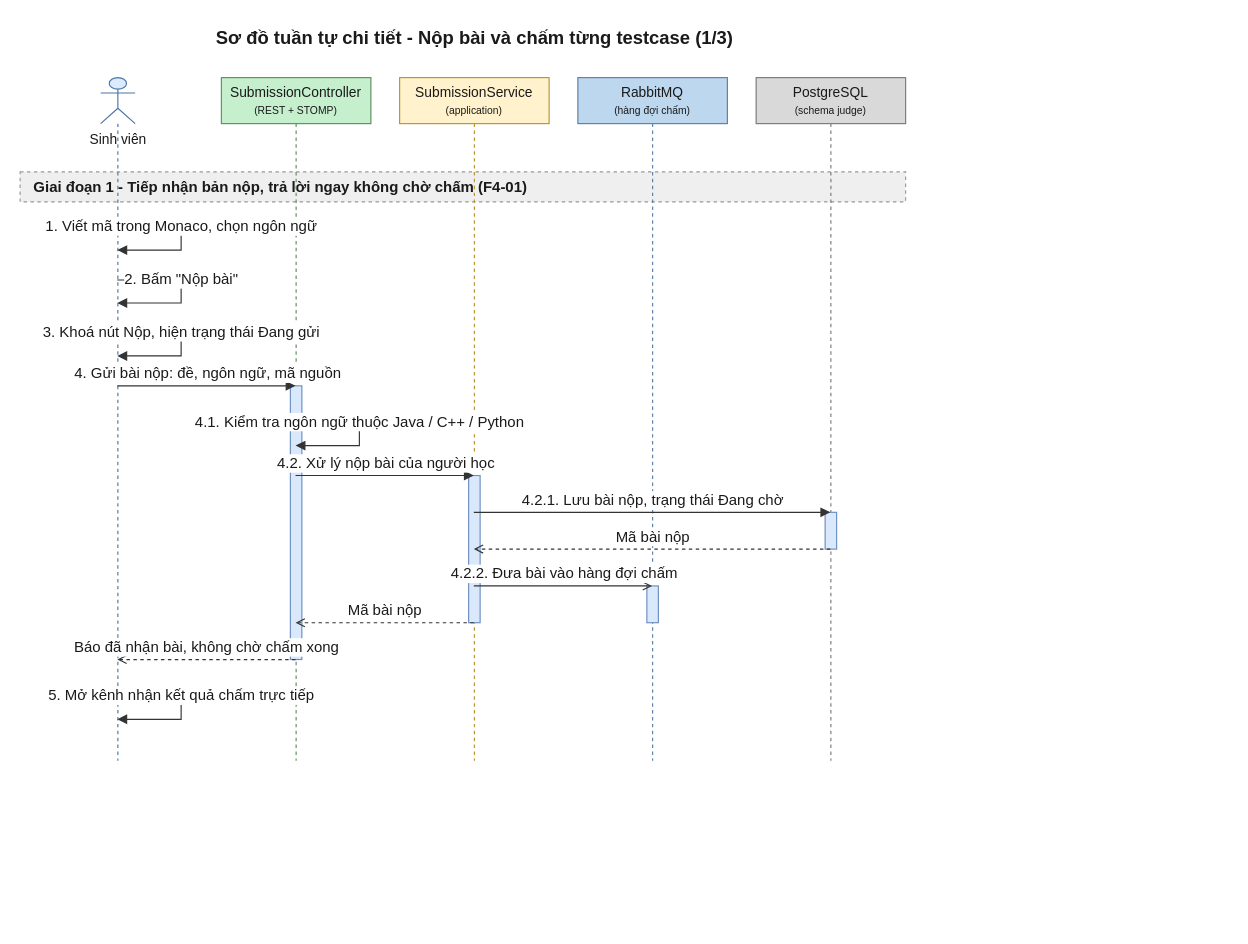
Above: 08-diagram/sequence/user/sequence_user_nop_bai_va_xem_ket_qua_realtime_p1.drawio in daiphu1801/PRJ_ALGOPREP (draw.io), before the change. Source tidied: cells renumbered, new cells numbered last; positions are measured from the earlier drawing's top-left corner, leaving out a move shared by most shapes. Both pictures are drawn from the tidied source at 115%, with x=0, y=0 at pixel (20, 20).
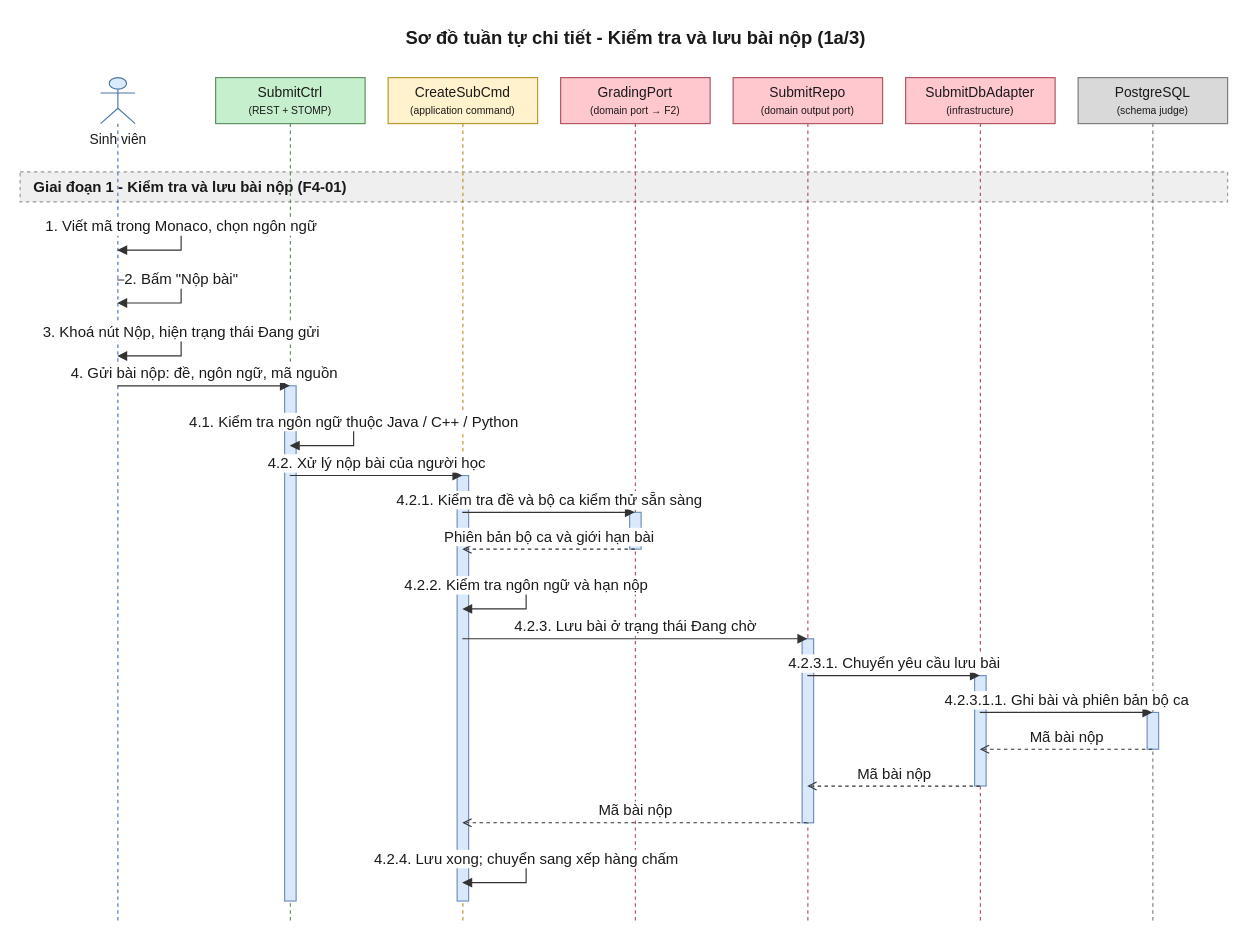
Above is the later version.

What changed in the source:
```diff
@@
-    <mxCell id="2" value="Sơ đồ tuần tự chi tiết - Nộp bài và chấm từng testcase (1/3)" style="text;html=1;fontSize=16;fontStyle=1;align=center;verticalAlign=middle;fontColor=#1A1A1A;" parent="1" vertex="1">
-      <mxGeometry x="20" width="750" height="30" as="geometry" />
+    <mxCell id="2" value="Sơ đồ tuần tự chi tiết - Kiểm tra và lưu bài nộp (1a/3)" style="text;html=1;fontSize=16;fontStyle=1;align=center;verticalAlign=middle;fontColor=#1A1A1A;" parent="1" vertex="1">
+      <mxGeometry x="20" width="1030" height="30" as="geometry" />
     </mxCell>
-    <mxCell id="3" value="Giai đoạn 1 - Tiếp nhận bản nộp, trả lời ngay không chờ chấm (F4-01)" style="algoprep=phase;rounded=0;whiteSpace=wrap;html=1;fillColor=#EFEFEF;strokeColor=#999999;dashed=1;align=left;verticalAlign=middle;spacingLeft=10;fontColor=#1A1A1A;fontSize=13;fontStyle=1;" parent="1" vertex="1">
-      <mxGeometry y="132" width="770" height="26" as="geometry" />
+    <mxCell id="3" value="Giai đoạn 1 - Kiểm tra và lưu bài nộp (F4-01)" style="algoprep=phase;rounded=0;whiteSpace=wrap;html=1;fillColor=#EFEFEF;strokeColor=#999999;dashed=1;align=left;verticalAlign=middle;spacingLeft=10;fontColor=#1A1A1A;fontSize=13;fontStyle=1;" parent="1" vertex="1">
+      <mxGeometry y="132" width="1050" height="26" as="geometry" />
     </mxCell>
     <mxCell id="4" value="Sinh viên" style="shape=umlLifeline;participant=umlActor;perimeter=lifelinePerimeter;html=1;outlineConnect=0;size=40;verticalAlign=top;spacingTop=40;fillColor=#DCEBFC;strokeColor=#4A76A8;fontColor=#1A1A1A;" parent="1" vertex="1">
-      <mxGeometry x="70" y="50" width="30" height="594" as="geometry" />
+      <mxGeometry x="70" y="50" width="30" height="736" as="geometry" />
     </mxCell>
-    <mxCell id="5" value="SubmissionController&lt;br&gt;&lt;font style=&quot;font-size:9px&quot;&gt;(REST + STOMP)&lt;/font&gt;" style="shape=umlLifeline;perimeter=lifelinePerimeter;whiteSpace=wrap;html=1;outlineConnect=0;size=40;fillColor=#C6EFCE;strokeColor=#5E8E5E;fontColor=#1A1A1A;" parent="1" vertex="1">
-      <mxGeometry x="175" y="50" width="130" height="594" as="geometry" />
+    <mxCell id="5" value="SubmitCtrl&lt;br&gt;&lt;font style=&quot;font-size:9px&quot;&gt;(REST + STOMP)&lt;/font&gt;" style="shape=umlLifeline;perimeter=lifelinePerimeter;whiteSpace=wrap;html=1;outlineConnect=0;size=40;fillColor=#C6EFCE;strokeColor=#5E8E5E;fontColor=#1A1A1A;" parent="1" vertex="1">
+      <mxGeometry x="170" y="50" width="130" height="736" as="geometry" />
     </mxCell>
-    <mxCell id="6" value="SubmissionService&lt;br&gt;&lt;font style=&quot;font-size:9px&quot;&gt;(application)&lt;/font&gt;" style="shape=umlLifeline;perimeter=lifelinePerimeter;whiteSpace=wrap;html=1;outlineConnect=0;size=40;fillColor=#FFF2CC;strokeColor=#B8952A;fontColor=#1A1A1A;" parent="1" vertex="1">
-      <mxGeometry x="330" y="50" width="130" height="594" as="geometry" />
+    <mxCell id="6" value="CreateSubCmd&lt;br&gt;&lt;font style=&quot;font-size:9px&quot;&gt;(application command)&lt;/font&gt;" style="shape=umlLifeline;perimeter=lifelinePerimeter;whiteSpace=wrap;html=1;outlineConnect=0;size=40;fillColor=#FFF2CC;strokeColor=#B8952A;fontColor=#1A1A1A;" parent="1" vertex="1">
+      <mxGeometry x="320" y="50" width="130" height="736" as="geometry" />
     </mxCell>
-    <mxCell id="7" value="RabbitMQ&lt;br&gt;&lt;font style=&quot;font-size:9px&quot;&gt;(hàng đợi chấm)&lt;/font&gt;" style="shape=umlLifeline;perimeter=lifelinePerimeter;whiteSpace=wrap;html=1;outlineConnect=0;size=40;fillColor=#BDD7EE;strokeColor=#5A7FA6;fontColor=#1A1A1A;" parent="1" vertex="1">
-      <mxGeometry x="485" y="50" width="130" height="594" as="geometry" />
+    <mxCell id="7" value="GradingPort&lt;br&gt;&lt;font style=&quot;font-size:9px&quot;&gt;(domain port → F2)&lt;/font&gt;" style="shape=umlLifeline;perimeter=lifelinePerimeter;whiteSpace=wrap;html=1;outlineConnect=0;size=40;fillColor=#FFC7CE;strokeColor=#B0525E;fontColor=#1A1A1A;" parent="1" vertex="1">
+      <mxGeometry x="470" y="50" width="130" height="736" as="geometry" />
     </mxCell>
-    <mxCell id="8" value="PostgreSQL&lt;br&gt;&lt;font style=&quot;font-size:9px&quot;&gt;(schema judge)&lt;/font&gt;" style="shape=umlLifeline;perimeter=lifelinePerimeter;whiteSpace=wrap;html=1;outlineConnect=0;size=40;fillColor=#D9D9D9;strokeColor=#7A7A7A;fontColor=#1A1A1A;" parent="1" vertex="1">
-      <mxGeometry x="640" y="50" width="130" height="594" as="geometry" />
+    <mxCell id="8" value="SubmitRepo&lt;br&gt;&lt;font style=&quot;font-size:9px&quot;&gt;(domain output port)&lt;/font&gt;" style="shape=umlLifeline;perimeter=lifelinePerimeter;whiteSpace=wrap;html=1;outlineConnect=0;size=40;fillColor=#FFC7CE;strokeColor=#B0525E;fontColor=#1A1A1A;" parent="1" vertex="1">
+      <mxGeometry x="620" y="50" width="130" height="736" as="geometry" />
     </mxCell>
-    <mxCell id="9" style="html=1;points=[[0,0,0,0,0],[0,1,0,0,0],[1,0,0,0,0],[1,1,0,0,0]];perimeter=orthogonalPerimeter;outlineConnect=0;targetShapes=umlLifeline;fillColor=#DAE8FC;strokeColor=#6C8EBF;" parent="8" vertex="1">
-      <mxGeometry x="60" y="378" width="10" height="32" as="geometry" />
+    <mxCell id="9" value="SubmitDbAdapter&lt;br&gt;&lt;font style=&quot;font-size:9px&quot;&gt;(infrastructure)&lt;/font&gt;" style="shape=umlLifeline;perimeter=lifelinePerimeter;whiteSpace=wrap;html=1;outlineConnect=0;size=40;fillColor=#FFC7CE;strokeColor=#B0525E;fontColor=#1A1A1A;" parent="1" vertex="1">
+      <mxGeometry x="770" y="50" width="130" height="736" as="geometry" />
     </mxCell>
-    <mxCell id="10" style="html=1;points=[[0,0,0,0,0],[0,1,0,0,0],[1,0,0,0,0],[1,1,0,0,0]];perimeter=orthogonalPerimeter;outlineConnect=0;targetShapes=umlLifeline;fillColor=#DAE8FC;strokeColor=#6C8EBF;" parent="7" vertex="1">
-      <mxGeometry x="60" y="442" width="10" height="32" as="geometry" />
+    <mxCell id="10" value="PostgreSQL&lt;br&gt;&lt;font style=&quot;font-size:9px&quot;&gt;(schema judge)&lt;/font&gt;" style="shape=umlLifeline;perimeter=lifelinePerimeter;whiteSpace=wrap;html=1;outlineConnect=0;size=40;fillColor=#D9D9D9;strokeColor=#7A7A7A;fontColor=#1A1A1A;" parent="1" vertex="1">
+      <mxGeometry x="920" y="50" width="130" height="736" as="geometry" />
     </mxCell>
-    <mxCell id="11" style="html=1;perimeter=orthogonalPerimeter;targetShapes=umlLifeline;fillColor=#DAE8FC;strokeColor=#6C8EBF;" parent="6" vertex="1">
-      <mxGeometry x="60" y="346" width="10" height="128" as="geometry" />
+    <mxCell id="11" style="html=1;perimeter=orthogonalPerimeter;targetShapes=umlLifeline;fillColor=#DAE8FC;strokeColor=#6C8EBF;" parent="7" vertex="1">
+      <mxGeometry x="60" y="378" width="10" height="32" as="geometry" />
     </mxCell>
-    <mxCell id="12" style="html=1;perimeter=orthogonalPerimeter;targetShapes=umlLifeline;fillColor=#DAE8FC;strokeColor=#6C8EBF;" parent="5" vertex="1">
-      <mxGeometry x="60" y="268" width="10" height="238" as="geometry" />
+    <mxCell id="12" style="html=1;perimeter=orthogonalPerimeter;targetShapes=umlLifeline;fillColor=#DAE8FC;strokeColor=#6C8EBF;" parent="10" vertex="1">
+      <mxGeometry x="60" y="552" width="10" height="32" as="geometry" />
     </mxCell>
-    <mxCell id="13" value="1. Viết mã trong Monaco, chọn ngôn ngữ" style="edgeStyle=orthogonalEdgeStyle;rounded=0;html=1;endArrow=block;endFill=1;strokeColor=#333333;fontColor=#1A1A1A;fontSize=13;verticalAlign=bottom;exitX=0.5;exitY=0.2189;exitDx=0;exitDy=0;entryX=0.5;entryY=0.2525;entryDx=0;entryDy=0;" parent="1" edge="1" source="4" target="4">
-      <mxGeometry relative="1" as="geometry">
-        <Array as="points">
-          <mxPoint x="140" y="180" />
-          <mxPoint x="140" y="200" />
-        </Array>
-      </mxGeometry>
-    </mxCell>
-    <mxCell id="14" value="2. Bấm &quot;Nộp bài&quot;" style="edgeStyle=orthogonalEdgeStyle;rounded=0;html=1;endArrow=block;endFill=1;strokeColor=#333333;fontColor=#1A1A1A;fontSize=13;verticalAlign=bottom;exitX=0.5;exitY=0.2963;exitDx=0;exitDy=0;entryX=0.5;entryY=0.3300;entryDx=0;entryDy=0;" parent="1" edge="1" source="4" target="4">
-      <mxGeometry relative="1" as="geometry">
-        <Array as="points">
-          <mxPoint x="140" y="226" />
-          <mxPoint x="140" y="246" />
-        </Array>
-      </mxGeometry>
-    </mxCell>
-    <mxCell id="15" value="3. Khoá nút Nộp, hiện trạng thái Đang gửi" style="edgeStyle=orthogonalEdgeStyle;rounded=0;html=1;endArrow=block;endFill=1;strokeColor=#333333;fontColor=#1A1A1A;fontSize=13;verticalAlign=bottom;exitX=0.5;exitY=0.3737;exitDx=0;exitDy=0;entryX=0.5;entryY=0.4074;entryDx=0;entryDy=0;" parent="1" edge="1" source="4" target="4">
-      <mxGeometry relative="1" as="geometry">
-        <Array as="points">
-          <mxPoint x="140" y="272" />
-          <mxPoint x="140" y="292" />
-        </Array>
-      </mxGeometry>
-    </mxCell>
-    <mxCell id="16" value="4. Gửi bài nộp: đề, ngôn ngữ, mã nguồn" style="edgeStyle=none;html=1;endArrow=block;endFill=1;strokeColor=#333333;fontColor=#1A1A1A;fontSize=13;verticalAlign=bottom;exitX=0.5;exitY=0.4512;exitDx=0;exitDy=0;entryX=0.5;entryY=0.4512;entryDx=0;entryDy=0;" parent="1" edge="1" source="4" target="5">
-      <mxGeometry relative="1" as="geometry" />
-    </mxCell>
+    <mxCell id="25" style="html=1;perimeter=orthogonalPerimeter;targetShapes=umlLifeline;fillColor=#DAE8FC;strokeColor=#6C8EBF;" parent="9" vertex="1">
+      <mxGeometry x="60" y="520" width="10" height="96" as="geometry" />
+    </mxCell>
+    <mxCell id="26" style="html=1;perimeter=orthogonalPerimeter;targetShapes=umlLifeline;fillColor=#DAE8FC;strokeColor=#6C8EBF;" parent="8" vertex="1">
+      <mxGeometry x="60" y="488" width="10" height="160" as="geometry" />
+    </mxCell>
+    <mxCell id="27" style="html=1;perimeter=orthogonalPerimeter;targetShapes=umlLifeline;fillColor=#DAE8FC;strokeColor=#6C8EBF;" parent="5" vertex="1">
+      <mxGeometry x="60" y="268" width="10" height="448" as="geometry" />
+    </mxCell>
+    <mxCell id="28" style="html=1;perimeter=orthogonalPerimeter;targetShapes=umlLifeline;fillColor=#DAE8FC;strokeColor=#6C8EBF;" parent="6" vertex="1">
+      <mxGeometry x="60" y="346" width="10" height="370" as="geometry" />
+    </mxCell>
-    <mxCell id="17" value="4.1. Kiểm tra ngôn ngữ thuộc Java / C++ / Python" style="edgeStyle=orthogonalEdgeStyle;rounded=0;html=1;endArrow=block;endFill=1;strokeColor=#333333;fontColor=#1A1A1A;fontSize=13;verticalAlign=bottom;exitX=0.5;exitY=0.5051;exitDx=0;exitDy=0;entryX=0.5;entryY=0.5387;entryDx=0;entryDy=0;" parent="1" edge="1" source="5" target="5">
+    <mxCell id="17" value="1. Viết mã trong Monaco, chọn ngôn ngữ" style="edgeStyle=orthogonalEdgeStyle;rounded=0;html=1;endArrow=block;endFill=1;strokeColor=#333333;fontColor=#1A1A1A;fontSize=13;verticalAlign=bottom;exitX=0.5;exitY=0.1766;exitDx=0;exitDy=0;entryX=0.5;entryY=0.2038;entryDx=0;entryDy=0;" parent="1" edge="1" source="4" target="4">
       <mxGeometry relative="1" as="geometry">
         <Array as="points">
-          <mxPoint x="295" y="350" />
-          <mxPoint x="295" y="370" />
+          <mxPoint x="140" y="180" />
+          <mxPoint x="140" y="200" />
         </Array>
       </mxGeometry>
     </mxCell>
-    <mxCell id="18" value="4.2. Xử lý nộp bài của người học" style="edgeStyle=none;html=1;endArrow=block;endFill=1;strokeColor=#333333;fontColor=#1A1A1A;fontSize=13;verticalAlign=bottom;exitX=0.5;exitY=0.5825;exitDx=0;exitDy=0;entryX=0.5;entryY=0.5825;entryDx=0;entryDy=0;" parent="1" edge="1" source="5" target="6">
-      <mxGeometry relative="1" as="geometry" />
+    <mxCell id="18" value="2. Bấm &quot;Nộp bài&quot;" style="edgeStyle=orthogonalEdgeStyle;rounded=0;html=1;endArrow=block;endFill=1;strokeColor=#333333;fontColor=#1A1A1A;fontSize=13;verticalAlign=bottom;exitX=0.5;exitY=0.2391;exitDx=0;exitDy=0;entryX=0.5;entryY=0.2663;entryDx=0;entryDy=0;" parent="1" edge="1" source="4" target="4">
+      <mxGeometry relative="1" as="geometry">
+        <Array as="points">
+          <mxPoint x="140" y="226" />
+          <mxPoint x="140" y="246" />
+        </Array>
+      </mxGeometry>
     </mxCell>
-    <mxCell id="19" value="4.2.1. Lưu bài nộp, trạng thái Đang chờ" style="edgeStyle=none;html=1;endArrow=block;endFill=1;strokeColor=#333333;fontColor=#1A1A1A;fontSize=13;verticalAlign=bottom;exitX=0.5;exitY=0.6364;exitDx=0;exitDy=0;entryX=0.5;entryY=0.6364;entryDx=0;entryDy=0;" parent="1" edge="1" source="6" target="8">
-      <mxGeometry relative="1" as="geometry" />
+    <mxCell id="19" value="3. Khoá nút Nộp, hiện trạng thái Đang gửi" style="edgeStyle=orthogonalEdgeStyle;rounded=0;html=1;endArrow=block;endFill=1;strokeColor=#333333;fontColor=#1A1A1A;fontSize=13;verticalAlign=bottom;exitX=0.5;exitY=0.3016;exitDx=0;exitDy=0;entryX=0.5;entryY=0.3288;entryDx=0;entryDy=0;" parent="1" edge="1" source="4" target="4">
+      <mxGeometry relative="1" as="geometry">
+        <Array as="points">
+          <mxPoint x="140" y="272" />
+          <mxPoint x="140" y="292" />
+        </Array>
+      </mxGeometry>
     </mxCell>
-    <mxCell id="20" value="Mã bài nộp" style="edgeStyle=none;html=1;endArrow=open;endFill=0;dashed=1;strokeColor=#333333;fontColor=#1A1A1A;fontSize=13;verticalAlign=bottom;exitX=0.5;exitY=0.6902;exitDx=0;exitDy=0;entryX=0.5;entryY=0.6902;entryDx=0;entryDy=0;" parent="1" edge="1" source="8" target="6">
+    <mxCell id="20" value="4. Gửi bài nộp: đề, ngôn ngữ, mã nguồn" style="edgeStyle=none;html=1;endArrow=block;endFill=1;strokeColor=#333333;fontColor=#1A1A1A;fontSize=13;verticalAlign=bottom;exitX=0.5;exitY=0.3641;exitDx=0;exitDy=0;entryX=0.5;entryY=0.3641;entryDx=0;entryDy=0;" parent="1" edge="1" source="4" target="5">
       <mxGeometry relative="1" as="geometry" />
     </mxCell>
-    <mxCell id="21" value="4.2.2. Đưa bài vào hàng đợi chấm" style="edgeStyle=none;html=1;endArrow=open;endFill=0;strokeColor=#333333;fontColor=#1A1A1A;fontSize=13;verticalAlign=bottom;exitX=0.5;exitY=0.7441;exitDx=0;exitDy=0;entryX=0.5;entryY=0.7441;entryDx=0;entryDy=0;" parent="1" edge="1" source="6" target="7">
-      <mxGeometry relative="1" as="geometry" />
+    <mxCell id="21" value="4.1. Kiểm tra ngôn ngữ thuộc Java / C++ / Python" style="edgeStyle=orthogonalEdgeStyle;rounded=0;html=1;endArrow=block;endFill=1;strokeColor=#333333;fontColor=#1A1A1A;fontSize=13;verticalAlign=bottom;exitX=0.5;exitY=0.4076;exitDx=0;exitDy=0;entryX=0.5;entryY=0.4348;entryDx=0;entryDy=0;" parent="1" edge="1" source="5" target="5">
+      <mxGeometry relative="1" as="geometry">
+        <Array as="points">
+          <mxPoint x="290" y="350" />
+          <mxPoint x="290" y="370" />
+        </Array>
+      </mxGeometry>
     </mxCell>
-    <mxCell id="22" value="Mã bài nộp" style="edgeStyle=none;html=1;endArrow=open;endFill=0;dashed=1;strokeColor=#333333;fontColor=#1A1A1A;fontSize=13;verticalAlign=bottom;exitX=0.5;exitY=0.7980;exitDx=0;exitDy=0;entryX=0.5;entryY=0.7980;entryDx=0;entryDy=0;" parent="1" edge="1" source="6" target="5">
+    <mxCell id="22" value="4.2. Xử lý nộp bài của người học" style="edgeStyle=none;html=1;endArrow=block;endFill=1;strokeColor=#333333;fontColor=#1A1A1A;fontSize=13;verticalAlign=bottom;exitX=0.5;exitY=0.4701;exitDx=0;exitDy=0;entryX=0.5;entryY=0.4701;entryDx=0;entryDy=0;" parent="1" edge="1" source="5" target="6">
       <mxGeometry relative="1" as="geometry" />
     </mxCell>
-    <mxCell id="23" value="Báo đã nhận bài, không chờ chấm xong" style="edgeStyle=none;html=1;endArrow=open;endFill=0;dashed=1;strokeColor=#333333;fontColor=#1A1A1A;fontSize=13;verticalAlign=bottom;exitX=0.5;exitY=0.8519;exitDx=0;exitDy=0;entryX=0.5;entryY=0.8519;entryDx=0;entryDy=0;" parent="1" edge="1" source="5" target="4">
+    <mxCell id="23" value="4.2.1. Kiểm tra đề và bộ ca kiểm thử sẵn sàng" style="edgeStyle=none;html=1;endArrow=block;endFill=1;strokeColor=#333333;fontColor=#1A1A1A;fontSize=13;verticalAlign=bottom;exitX=0.5;exitY=0.5136;exitDx=0;exitDy=0;entryX=0.5;entryY=0.5136;entryDx=0;entryDy=0;" parent="1" edge="1" source="6" target="7">
       <mxGeometry relative="1" as="geometry" />
     </mxCell>
-    <mxCell id="24" value="5. Mở kênh nhận kết quả chấm trực tiếp" style="edgeStyle=orthogonalEdgeStyle;rounded=0;html=1;endArrow=block;endFill=1;strokeColor=#333333;fontColor=#1A1A1A;fontSize=13;verticalAlign=bottom;exitX=0.5;exitY=0.9057;exitDx=0;exitDy=0;entryX=0.5;entryY=0.9394;entryDx=0;entryDy=0;" parent="1" edge="1" source="4" target="4">
-      <mxGeometry relative="1" as="geometry">
-        <Array as="points">
-          <mxPoint x="140" y="588" />
-          <mxPoint x="140" y="608" />
-        </Array>
-      </mxGeometry>
+    <mxCell id="24" value="Phiên bản bộ ca và giới hạn bài" style="edgeStyle=none;html=1;endArrow=open;endFill=0;dashed=1;strokeColor=#333333;fontColor=#1A1A1A;fontSize=13;verticalAlign=bottom;exitX=0.5;exitY=0.5571;exitDx=0;exitDy=0;entryX=0.5;entryY=0.5571;entryDx=0;entryDy=0;" parent="1" edge="1" source="7" target="6">
+      <mxGeometry relative="1" as="geometry" />
     </mxCell>
+    <mxCell id="29" value="4.2.2. Kiểm tra ngôn ngữ và hạn nộp" style="edgeStyle=orthogonalEdgeStyle;rounded=0;html=1;endArrow=block;endFill=1;strokeColor=#333333;fontColor=#1A1A1A;fontSize=13;verticalAlign=bottom;exitX=0.5;exitY=0.6005;exitDx=0;exitDy=0;entryX=0.5;entryY=0.6277;entryDx=0;entryDy=0;" parent="1" edge="1" source="6" target="6">
+      <mxGeometry relative="1" as="geometry">
+        <Array as="points">
+          <mxPoint x="440" y="492" />
+          <mxPoint x="440" y="512" />
+        </Array>
+      </mxGeometry>
+    </mxCell>
+    <mxCell id="30" value="4.2.3. Lưu bài ở trạng thái Đang chờ" style="edgeStyle=none;html=1;endArrow=block;endFill=1;strokeColor=#333333;fontColor=#1A1A1A;fontSize=13;verticalAlign=bottom;exitX=0.5;exitY=0.6630;exitDx=0;exitDy=0;entryX=0.5;entryY=0.6630;entryDx=0;entryDy=0;" parent="1" edge="1" source="6" target="8">
+      <mxGeometry relative="1" as="geometry" />
+    </mxCell>
+    <mxCell id="31" value="4.2.3.1. Chuyển yêu cầu lưu bài" style="edgeStyle=none;html=1;endArrow=block;endFill=1;strokeColor=#333333;fontColor=#1A1A1A;fontSize=13;verticalAlign=bottom;exitX=0.5;exitY=0.7065;exitDx=0;exitDy=0;entryX=0.5;entryY=0.7065;entryDx=0;entryDy=0;" parent="1" edge="1" source="8" target="9">
+      <mxGeometry relative="1" as="geometry" />
+    </mxCell>
+    <mxCell id="32" value="4.2.3.1.1. Ghi bài và phiên bản bộ ca" style="edgeStyle=none;html=1;endArrow=block;endFill=1;strokeColor=#333333;fontColor=#1A1A1A;fontSize=13;verticalAlign=bottom;exitX=0.5;exitY=0.7500;exitDx=0;exitDy=0;entryX=0.5;entryY=0.7500;entryDx=0;entryDy=0;" parent="1" edge="1" source="9" target="10">
+      <mxGeometry relative="1" as="geometry" />
+    </mxCell>
+    <mxCell id="33" value="Mã bài nộp" style="edgeStyle=none;html=1;endArrow=open;endFill=0;dashed=1;strokeColor=#333333;fontColor=#1A1A1A;fontSize=13;verticalAlign=bottom;exitX=0.5;exitY=0.7935;exitDx=0;exitDy=0;entryX=0.5;entryY=0.7935;entryDx=0;entryDy=0;" parent="1" edge="1" source="10" target="9">
+      <mxGeometry relative="1" as="geometry" />
+    </mxCell>
+    <mxCell id="34" value="Mã bài nộp" style="edgeStyle=none;html=1;endArrow=open;endFill=0;dashed=1;strokeColor=#333333;fontColor=#1A1A1A;fontSize=13;verticalAlign=bottom;exitX=0.5;exitY=0.8370;exitDx=0;exitDy=0;entryX=0.5;entryY=0.8370;entryDx=0;entryDy=0;" parent="1" edge="1" source="9" target="8">
+      <mxGeometry relative="1" as="geometry" />
+    </mxCell>
+    <mxCell id="35" value="Mã bài nộp" style="edgeStyle=none;html=1;endArrow=open;endFill=0;dashed=1;strokeColor=#333333;fontColor=#1A1A1A;fontSize=13;verticalAlign=bottom;exitX=0.5;exitY=0.8804;exitDx=0;exitDy=0;entryX=0.5;entryY=0.8804;entryDx=0;entryDy=0;" parent="1" edge="1" source="8" target="6">
+      <mxGeometry relative="1" as="geometry" />
+    </mxCell>
+    <mxCell id="36" value="4.2.4. Lưu xong; chuyển sang xếp hàng chấm" style="edgeStyle=orthogonalEdgeStyle;rounded=0;html=1;endArrow=block;endFill=1;strokeColor=#333333;fontColor=#1A1A1A;fontSize=13;verticalAlign=bottom;exitX=0.5;exitY=0.9239;exitDx=0;exitDy=0;entryX=0.5;entryY=0.9511;entryDx=0;entryDy=0;" parent="1" edge="1" source="6" target="6">
+      <mxGeometry relative="1" as="geometry">
+        <Array as="points">
+          <mxPoint x="440" y="730" />
+          <mxPoint x="440" y="750" />
+        </Array>
+      </mxGeometry>
+    </mxCell>
```
